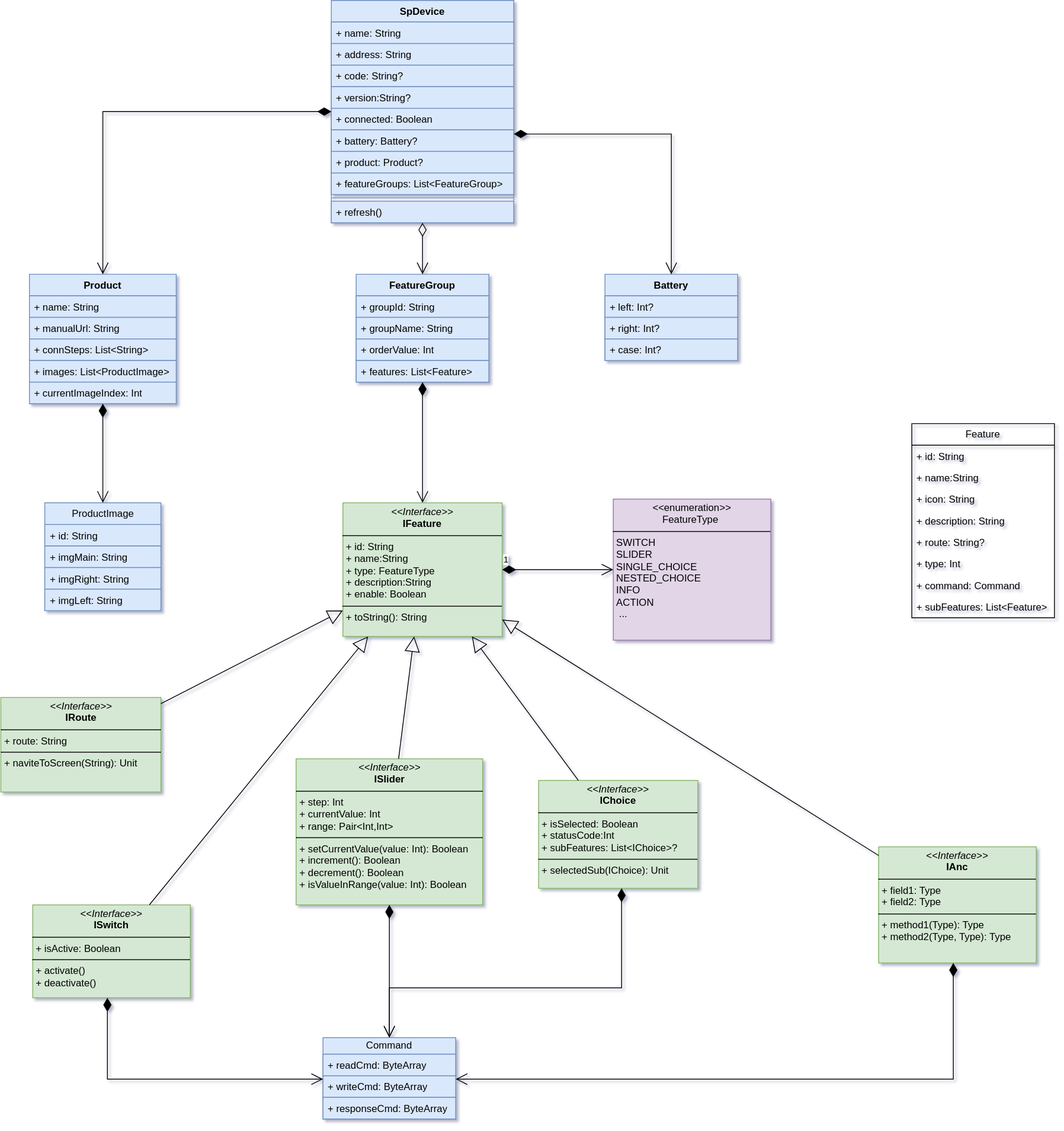
Before: sp-device.drawio.svg, a diagram exported from draw.io (kekemao00/draw-libs). Source tidied: cells renumbered, new cells last; positions are measured from the earlier drawing's top-left corner, leaving out a move shared by most shapes.
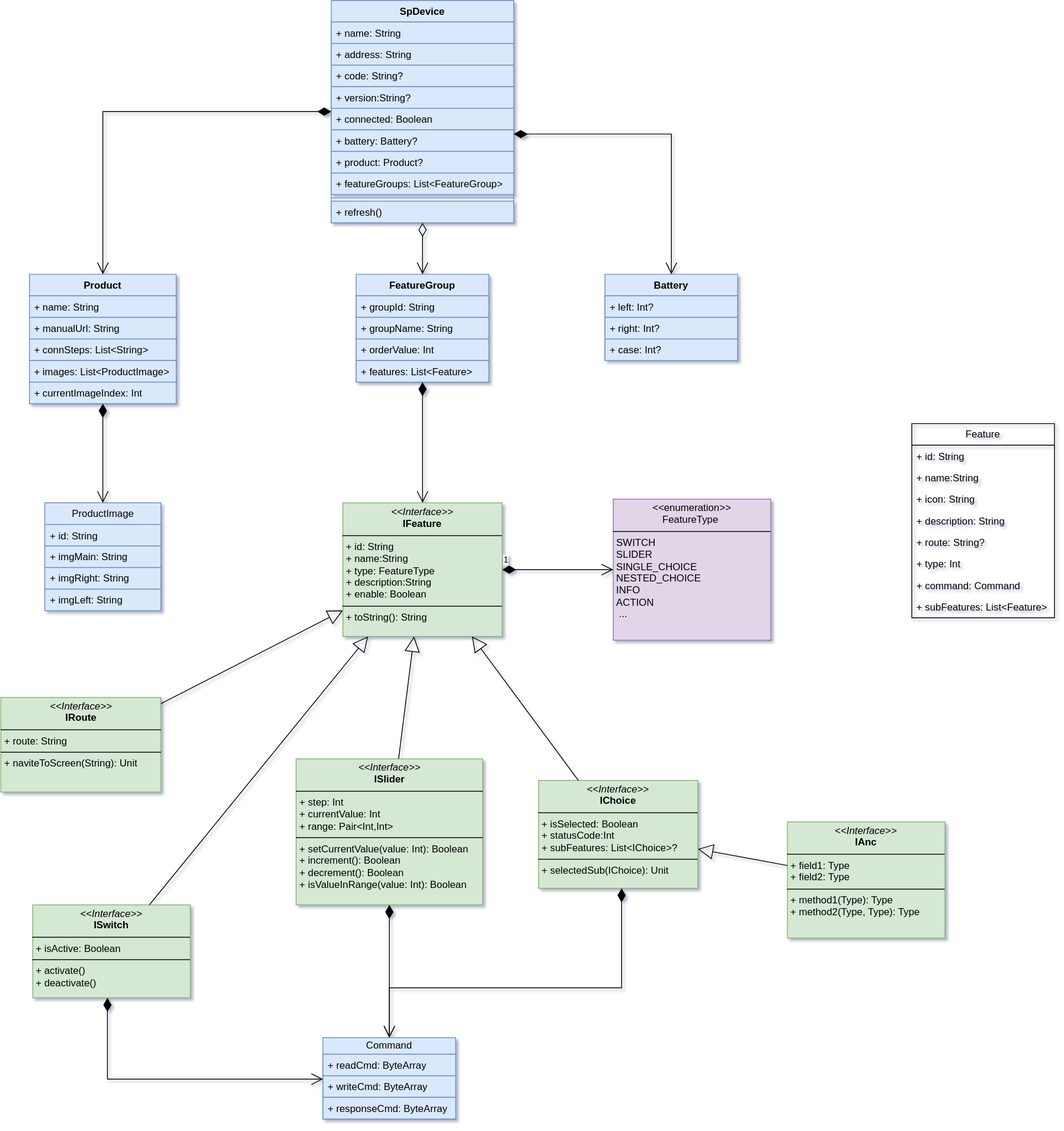
The same diagram one commit later.

Change to the diagram source:
```diff
@@ -144,7 +144,7 @@
       <mxGeometry x="648" y="940" width="192" height="130" as="geometry" />
     </mxCell>
     <mxCell id="49" value="&lt;p style=&quot;margin:0px;margin-top:4px;text-align:center;&quot;&gt;&lt;i&gt;&amp;lt;&amp;lt;Interface&amp;gt;&amp;gt;&lt;/i&gt;&lt;br&gt;&lt;b&gt;IAnc&lt;/b&gt;&lt;/p&gt;&lt;hr size=&quot;1&quot; style=&quot;border-style:solid;&quot;&gt;&lt;p style=&quot;margin:0px;margin-left:4px;&quot;&gt;+ field1: Type&lt;br&gt;+ field2: Type&lt;/p&gt;&lt;hr size=&quot;1&quot; style=&quot;border-style:solid;&quot;&gt;&lt;p style=&quot;margin:0px;margin-left:4px;&quot;&gt;+ method1(Type): Type&lt;br&gt;+ method2(Type, Type): Type&lt;/p&gt;" style="verticalAlign=top;align=left;overflow=fill;html=1;whiteSpace=wrap;fillColor=#d5e8d4;strokeColor=#82b366;" parent="1" vertex="1">
-      <mxGeometry x="1058" y="1020" width="190" height="140" as="geometry" />
+      <mxGeometry x="948" y="990" width="190" height="140" as="geometry" />
     </mxCell>
     <mxCell id="50" value="&lt;p style=&quot;margin:0px;margin-top:4px;text-align:center;&quot;&gt;&lt;i&gt;&amp;lt;&amp;lt;Interface&amp;gt;&amp;gt;&lt;/i&gt;&lt;br&gt;&lt;b&gt;ISwitch&lt;/b&gt;&lt;/p&gt;&lt;hr size=&quot;1&quot; style=&quot;border-style:solid;&quot;&gt;&lt;p style=&quot;margin:0px;margin-left:4px;&quot;&gt;+ isActive: Boolean&lt;br&gt;&lt;/p&gt;&lt;hr size=&quot;1&quot; style=&quot;border-style:solid;&quot;&gt;&lt;p style=&quot;margin:0px;margin-left:4px;&quot;&gt;+ activate()&lt;br&gt;+ deactivate()&lt;/p&gt;" style="verticalAlign=top;align=left;overflow=fill;html=1;whiteSpace=wrap;fillColor=#d5e8d4;strokeColor=#82b366;" parent="1" vertex="1">
       <mxGeometry x="38" y="1090" width="190" height="112" as="geometry" />
@@ -181,7 +181,7 @@
     <mxCell id="59" style="endArrow=block;endSize=16;endFill=0;html=1;rounded=0;" parent="1" edge="1" source="51" target="46">
       <mxGeometry x="0.01" relative="1" as="geometry" />
     </mxCell>
-    <mxCell id="60" style="endArrow=block;endSize=16;endFill=0;html=1;rounded=0;" parent="1" edge="1" source="49" target="46">
+    <mxCell id="60" style="endArrow=block;endSize=16;endFill=0;html=1;rounded=0;" parent="1" edge="1" source="49" target="48">
       <mxGeometry relative="1" as="geometry" />
     </mxCell>
     <mxCell id="61" style="endArrow=block;endSize=16;endFill=0;html=1;rounded=0;" parent="1" edge="1" source="48" target="46">
@@ -210,13 +210,6 @@
         </Array>
       </mxGeometry>
     </mxCell>
-    <mxCell id="65" style="endArrow=open;html=1;endSize=12;startArrow=diamondThin;startSize=14;startFill=1;edgeStyle=orthogonalEdgeStyle;align=left;verticalAlign=bottom;rounded=0;" parent="1" edge="1" source="49" target="42">
-      <mxGeometry x="-1" y="3" relative="1" as="geometry">
-        <Array as="points">
-          <mxPoint x="1148" y="1300" />
-        </Array>
-      </mxGeometry>
-    </mxCell>
     <mxCell id="66" value="&lt;p style=&quot;margin:0px;margin-top:4px;text-align:center;&quot;&gt;&lt;i&gt;&amp;lt;&amp;lt;&lt;/i&gt;enumeration&lt;i&gt;&amp;gt;&amp;gt;&lt;/i&gt;&lt;br&gt;FeatureType&amp;nbsp;&lt;/p&gt;&lt;hr size=&quot;1&quot; style=&quot;border-style:solid;&quot;&gt;&lt;p style=&quot;margin:0px;margin-left:4px;&quot;&gt;SWITCH&amp;nbsp; &amp;nbsp; &amp;nbsp; &amp;nbsp; &amp;nbsp; &amp;nbsp; &amp;nbsp;&amp;nbsp;&lt;/p&gt;&lt;p style=&quot;margin:0px;margin-left:4px;&quot;&gt;SLIDER&lt;/p&gt;&lt;p style=&quot;margin:0px;margin-left:4px;&quot;&gt;SINGLE_CHOICE&amp;nbsp;&lt;/p&gt;&lt;p style=&quot;margin:0px;margin-left:4px;&quot;&gt;NESTED_CHOICE&amp;nbsp;&lt;/p&gt;&lt;p style=&quot;margin:0px;margin-left:4px;&quot;&gt;INFO&amp;nbsp;&amp;nbsp; &amp;nbsp; &amp;nbsp;&lt;/p&gt;&lt;p style=&quot;margin:0px;margin-left:4px;&quot;&gt;ACTION&amp;nbsp; &amp;nbsp;&lt;/p&gt;&lt;p style=&quot;margin:0px;margin-left:4px;&quot;&gt;&amp;nbsp;...&lt;/p&gt;&lt;p style=&quot;margin:0px;margin-left:4px;&quot;&gt;&amp;nbsp;&amp;nbsp; &amp;nbsp; &amp;nbsp; &amp;nbsp; &amp;nbsp;&amp;nbsp;&lt;/p&gt;&lt;p style=&quot;margin:0px;margin-left:4px;&quot;&gt;&amp;nbsp;&amp;nbsp; &amp;nbsp; &amp;nbsp; &amp;nbsp; &amp;nbsp; &amp;nbsp; &amp;nbsp;&amp;nbsp;&lt;/p&gt;" style="verticalAlign=top;align=left;overflow=fill;html=1;whiteSpace=wrap;fillColor=#e1d5e7;strokeColor=#9673a6;" parent="1" vertex="1">
       <mxGeometry x="738" y="601" width="190" height="170" as="geometry" />
     </mxCell>
```
